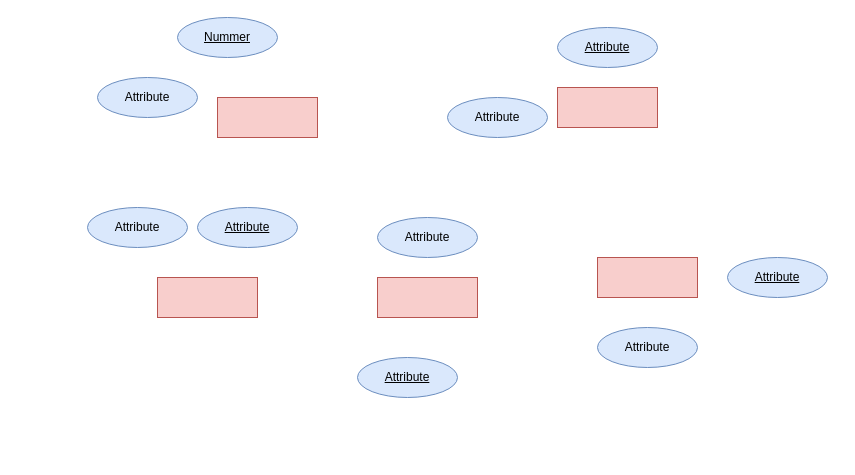
This is Blatt3Aufagbe3.drawio from mesh98a/Datenbank, a draw.io file, before an edit. Source tidied: cells renumbered, new cells numbered last; positions are measured from the earlier drawing's top-left corner, leaving out a move shared by most shapes. Both pictures are drawn from the tidied source at 100%, with x=0, y=0 at pixel (87, 17).
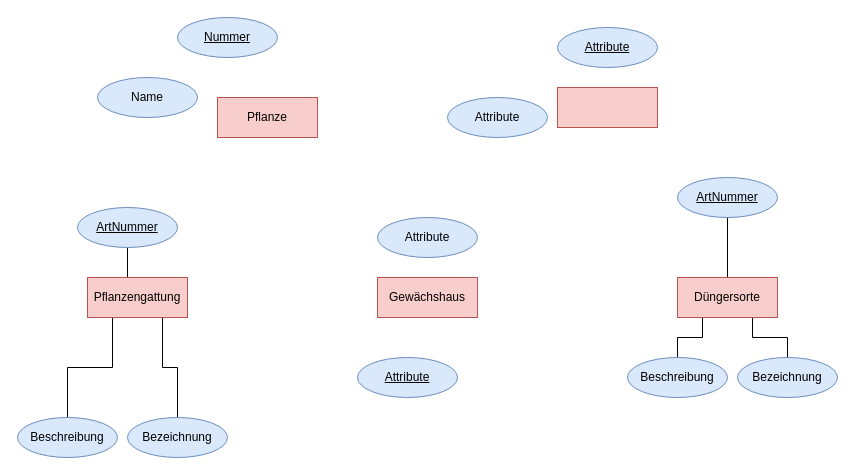
After the change.

Diff of the diagram source:
```diff
@@
-    <mxCell id="2" style="whiteSpace=wrap;html=1;align=center;fillColor=#f8cecc;strokeColor=#b85450;" parent="1" vertex="1">
+    <mxCell id="2" value="Pflanze" style="whiteSpace=wrap;html=1;align=center;fillColor=#f8cecc;strokeColor=#b85450;" parent="1" vertex="1">
       <mxGeometry x="130" y="80" width="100" height="40" as="geometry" />
     </mxCell>
+    <mxCell id="17" style="edgeStyle=orthogonalEdgeStyle;rounded=0;jettySize=auto;html=1;exitX=0.75;exitY=1;exitDx=0;exitDy=0;entryX=0.5;entryY=0;entryDx=0;entryDy=0;strokeColor=default;align=center;verticalAlign=middle;fontFamily=Helvetica;fontSize=11;fontColor=default;labelBackgroundColor=default;endArrow=none;endFill=0;" parent="1" edge="1" source="3" target="25">
+      <mxGeometry relative="1" as="geometry" />
+    </mxCell>
+    <mxCell id="18" style="edgeStyle=orthogonalEdgeStyle;rounded=0;jettySize=auto;html=1;exitX=0.25;exitY=1;exitDx=0;exitDy=0;entryX=0.5;entryY=0;entryDx=0;entryDy=0;strokeColor=default;align=center;verticalAlign=middle;fontFamily=Helvetica;fontSize=11;fontColor=default;labelBackgroundColor=default;endArrow=none;endFill=0;" parent="1" edge="1" source="3" target="26">
+      <mxGeometry relative="1" as="geometry" />
+    </mxCell>
+    <mxCell id="19" style="edgeStyle=orthogonalEdgeStyle;rounded=0;jettySize=auto;html=1;exitX=0.5;exitY=0;exitDx=0;exitDy=0;entryX=0.5;entryY=1;entryDx=0;entryDy=0;strokeColor=default;align=center;verticalAlign=middle;fontFamily=Helvetica;fontSize=11;fontColor=default;labelBackgroundColor=default;endArrow=none;endFill=0;" parent="1" edge="1" source="3" target="24">
+      <mxGeometry relative="1" as="geometry" />
+    </mxCell>
-    <mxCell id="3" style="whiteSpace=wrap;html=1;align=center;fillColor=#f8cecc;strokeColor=#b85450;" parent="1" vertex="1">
-      <mxGeometry x="70" y="260" width="100" height="40" as="geometry" />
+    <mxCell id="3" value="Pflanzengattung" style="whiteSpace=wrap;html=1;align=center;fillColor=#f8cecc;strokeColor=#b85450;" parent="1" vertex="1">
+      <mxGeometry y="260" width="100" height="40" as="geometry" />
     </mxCell>
+    <mxCell id="20" style="edgeStyle=orthogonalEdgeStyle;rounded=0;jettySize=auto;html=1;exitX=0.25;exitY=1;exitDx=0;exitDy=0;entryX=0.5;entryY=0;entryDx=0;entryDy=0;strokeColor=default;align=center;verticalAlign=middle;fontFamily=Helvetica;fontSize=11;fontColor=default;labelBackgroundColor=default;endArrow=none;endFill=0;" parent="1" edge="1" source="4" target="23">
+      <mxGeometry relative="1" as="geometry" />
+    </mxCell>
+    <mxCell id="21" style="edgeStyle=orthogonalEdgeStyle;rounded=0;jettySize=auto;html=1;exitX=0.75;exitY=1;exitDx=0;exitDy=0;strokeColor=default;align=center;verticalAlign=middle;fontFamily=Helvetica;fontSize=11;fontColor=default;labelBackgroundColor=default;endArrow=none;endFill=0;" parent="1" edge="1" source="4" target="16">
+      <mxGeometry relative="1" as="geometry" />
+    </mxCell>
+    <mxCell id="22" style="edgeStyle=orthogonalEdgeStyle;rounded=0;jettySize=auto;html=1;exitX=0.5;exitY=0;exitDx=0;exitDy=0;entryX=0.5;entryY=1;entryDx=0;entryDy=0;strokeColor=default;align=center;verticalAlign=middle;fontFamily=Helvetica;fontSize=11;fontColor=default;labelBackgroundColor=default;endArrow=none;endFill=0;" parent="1" edge="1" source="4" target="9">
+      <mxGeometry relative="1" as="geometry" />
+    </mxCell>
-    <mxCell id="4" style="whiteSpace=wrap;html=1;align=center;fillColor=#f8cecc;strokeColor=#b85450;" parent="1" vertex="1">
-      <mxGeometry x="510" y="240" width="100" height="40" as="geometry" />
+    <mxCell id="4" value="Düngersorte" style="whiteSpace=wrap;html=1;align=center;fillColor=#f8cecc;strokeColor=#b85450;" parent="1" vertex="1">
+      <mxGeometry x="590" y="260" width="100" height="40" as="geometry" />
     </mxCell>
-    <mxCell id="5" style="whiteSpace=wrap;html=1;align=center;fillColor=#f8cecc;strokeColor=#b85450;" parent="1" vertex="1">
+    <mxCell id="5" value="Gewächshaus" style="whiteSpace=wrap;html=1;align=center;fillColor=#f8cecc;strokeColor=#b85450;" parent="1" vertex="1">
       <mxGeometry x="290" y="260" width="100" height="40" as="geometry" />
     </mxCell>
@@
-    <mxCell id="9" value="Attribute" style="ellipse;whiteSpace=wrap;html=1;align=center;fontStyle=4;fillColor=#dae8fc;strokeColor=#6c8ebf;" parent="1" vertex="1">
-      <mxGeometry x="640" y="240" width="100" height="40" as="geometry" />
+    <mxCell id="9" value="ArtNummer" style="ellipse;whiteSpace=wrap;html=1;align=center;fontStyle=4;fillColor=#dae8fc;strokeColor=#6c8ebf;" parent="1" vertex="1">
+      <mxGeometry x="590" y="160" width="100" height="40" as="geometry" />
     </mxCell>
-    <mxCell id="10" value="Attribute" style="ellipse;whiteSpace=wrap;html=1;align=center;fontStyle=4;fillColor=#dae8fc;strokeColor=#6c8ebf;" parent="1" vertex="1">
-      <mxGeometry x="110" y="190" width="100" height="40" as="geometry" />
-    </mxCell>
@@
-    <mxCell id="14" value="Attribute" style="ellipse;whiteSpace=wrap;html=1;align=center;fillColor=#dae8fc;strokeColor=#6c8ebf;" parent="1" vertex="1">
+    <mxCell id="14" value="Name" style="ellipse;whiteSpace=wrap;html=1;align=center;fillColor=#dae8fc;strokeColor=#6c8ebf;" parent="1" vertex="1">
       <mxGeometry x="10" y="60" width="100" height="40" as="geometry" />
     </mxCell>
-    <mxCell id="15" value="Attribute" style="ellipse;whiteSpace=wrap;html=1;align=center;fillColor=#dae8fc;strokeColor=#6c8ebf;" parent="1" vertex="1">
-      <mxGeometry y="190" width="100" height="40" as="geometry" />
-    </mxCell>
-    <mxCell id="16" value="Attribute" style="ellipse;whiteSpace=wrap;html=1;align=center;fillColor=#dae8fc;strokeColor=#6c8ebf;" parent="1" vertex="1">
-      <mxGeometry x="510" y="310" width="100" height="40" as="geometry" />
+    <mxCell id="16" value="Bezeichnung" style="ellipse;whiteSpace=wrap;html=1;align=center;fillColor=#dae8fc;strokeColor=#6c8ebf;" parent="1" vertex="1">
+      <mxGeometry x="650" y="340" width="100" height="40" as="geometry" />
     </mxCell>
+    <mxCell id="23" value="Beschreibung" style="ellipse;whiteSpace=wrap;html=1;align=center;fillColor=#dae8fc;strokeColor=#6c8ebf;" parent="1" vertex="1">
+      <mxGeometry x="540" y="340" width="100" height="40" as="geometry" />
+    </mxCell>
+    <mxCell id="24" value="ArtNummer" style="ellipse;whiteSpace=wrap;html=1;align=center;fontStyle=4;fillColor=#dae8fc;strokeColor=#6c8ebf;" parent="1" vertex="1">
+      <mxGeometry x="-10" y="190" width="100" height="40" as="geometry" />
+    </mxCell>
+    <mxCell id="25" value="Bezeichnung" style="ellipse;whiteSpace=wrap;html=1;align=center;fillColor=#dae8fc;strokeColor=#6c8ebf;" parent="1" vertex="1">
+      <mxGeometry x="40" y="400" width="100" height="40" as="geometry" />
+    </mxCell>
+    <mxCell id="26" value="Beschreibung" style="ellipse;whiteSpace=wrap;html=1;align=center;fillColor=#dae8fc;strokeColor=#6c8ebf;" parent="1" vertex="1">
+      <mxGeometry x="-70" y="400" width="100" height="40" as="geometry" />
+    </mxCell>
```
